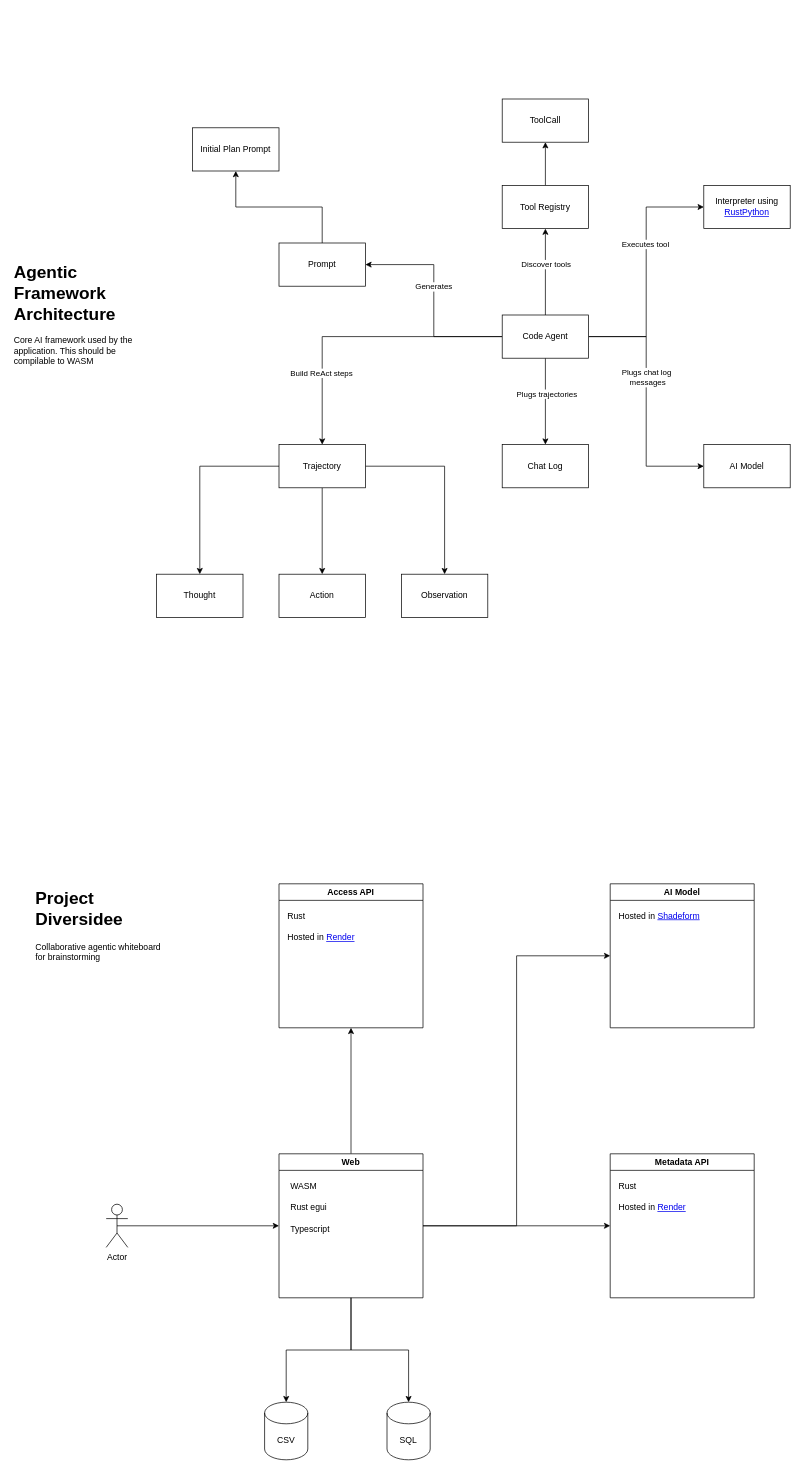
This is design.drawio from matyhs/agentic-data-browser-docs, a draw.io file, before an edit. Source tidied: cells renumbered, new cells numbered last; positions are measured from the earlier drawing's top-left corner, leaving out a move shared by most shapes. Both pictures are drawn from the tidied source at 72%, with x=0, y=0 at pixel (12, 99).
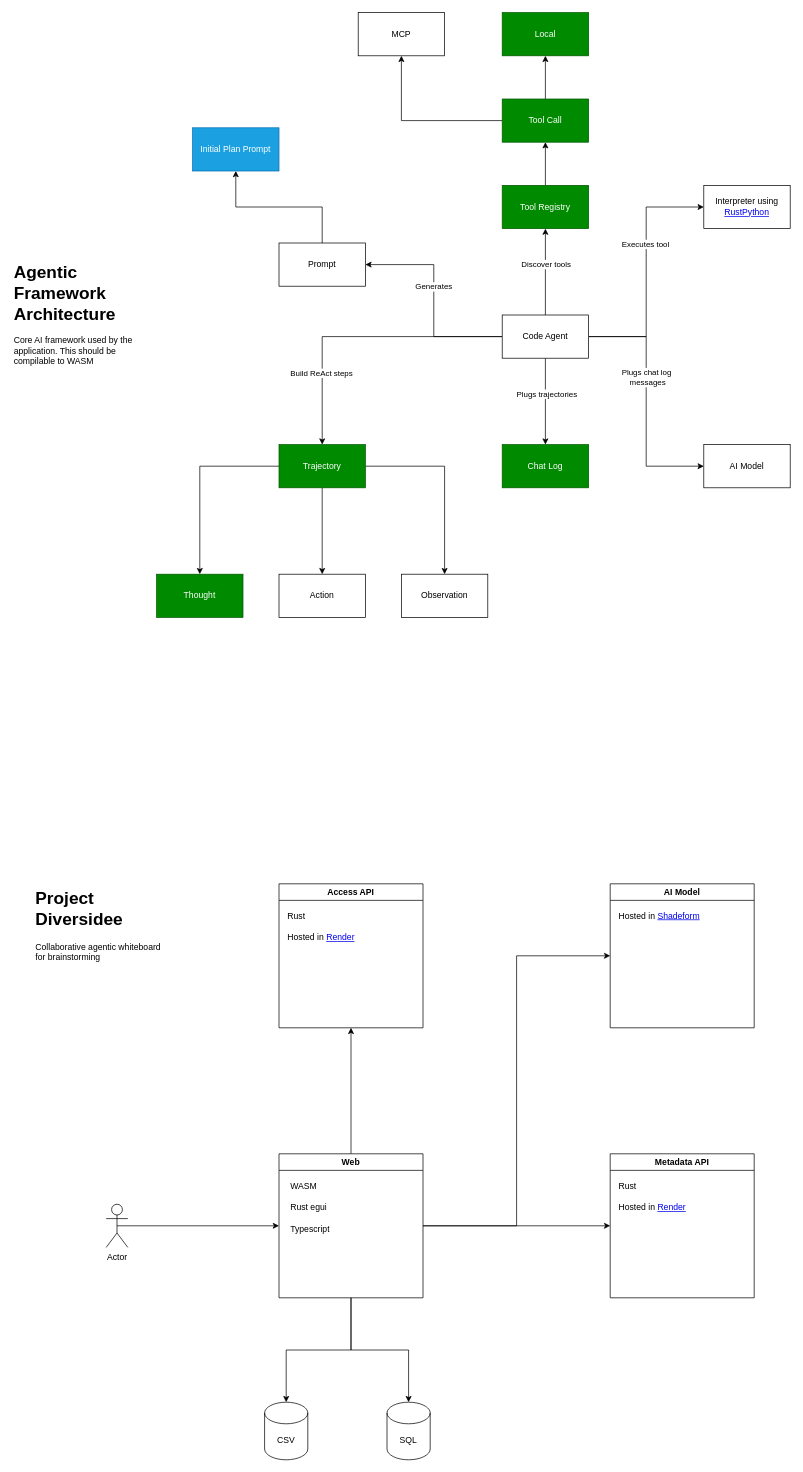
Above is the later version.

The edit, as a diff of the source:
```diff
@@
-    <mxCell id="30" value="Trajectory" style="rounded=0;whiteSpace=wrap;html=1;" parent="1" vertex="1">
+    <mxCell id="30" value="Trajectory" style="rounded=0;whiteSpace=wrap;html=1;fillColor=#008a00;fontColor=#ffffff;strokeColor=#005700;" parent="1" vertex="1">
       <mxGeometry x="370" y="480" width="120" height="60" as="geometry" />
     </mxCell>
-    <mxCell id="31" value="Thought" style="rounded=0;whiteSpace=wrap;html=1;" parent="1" vertex="1">
+    <mxCell id="31" value="Thought" style="rounded=0;whiteSpace=wrap;html=1;fillColor=#008a00;fontColor=#ffffff;strokeColor=#005700;" parent="1" vertex="1">
       <mxGeometry x="200" y="660" width="120" height="60" as="geometry" />
     </mxCell>
@@
-    <mxCell id="34" value="Chat Log" style="rounded=0;whiteSpace=wrap;html=1;" parent="1" vertex="1">
+    <mxCell id="34" value="Chat Log" style="rounded=0;whiteSpace=wrap;html=1;fillColor=#008a00;fontColor=#ffffff;strokeColor=#005700;" parent="1" vertex="1">
       <mxGeometry x="680" y="480" width="120" height="60" as="geometry" />
     </mxCell>
@@
-    <mxCell id="49" value="Initial Plan Prompt" style="rounded=0;whiteSpace=wrap;html=1;" parent="1" vertex="1">
+    <mxCell id="49" value="Initial Plan Prompt" style="rounded=0;whiteSpace=wrap;html=1;fillColor=#1ba1e2;fontColor=#ffffff;strokeColor=#006EAF;" parent="1" vertex="1">
       <mxGeometry x="250" y="40" width="120" height="60" as="geometry" />
     </mxCell>
@@
+    <mxCell id="54" style="edgeStyle=orthogonalEdgeStyle;rounded=0;jettySize=auto;html=1;entryX=0.5;entryY=1;entryDx=0;entryDy=0;exitX=0;exitY=0.5;exitDx=0;exitDy=0;" parent="1" edge="1" source="52" target="56">
+      <mxGeometry relative="1" as="geometry" />
+    </mxCell>
-    <mxCell id="51" value="Tool Registry" style="rounded=0;whiteSpace=wrap;html=1;" parent="1" vertex="1">
+    <mxCell id="51" value="Tool Registry" style="rounded=0;whiteSpace=wrap;html=1;fillColor=#008a00;fontColor=#ffffff;strokeColor=#005700;" parent="1" vertex="1">
       <mxGeometry x="680" y="120" width="120" height="60" as="geometry" />
     </mxCell>
+    <mxCell id="55" style="edgeStyle=orthogonalEdgeStyle;rounded=0;jettySize=auto;html=1;entryX=0.5;entryY=1;entryDx=0;entryDy=0;" parent="1" edge="1" source="52" target="57">
+      <mxGeometry relative="1" as="geometry" />
+    </mxCell>
-    <mxCell id="52" value="ToolCall" style="rounded=0;whiteSpace=wrap;html=1;" parent="1" vertex="1">
+    <mxCell id="52" value="Tool Call" style="rounded=0;whiteSpace=wrap;html=1;fillColor=#008a00;fontColor=#ffffff;strokeColor=#005700;" parent="1" vertex="1">
       <mxGeometry x="680" width="120" height="60" as="geometry" />
     </mxCell>
@@
+    <mxCell id="56" value="MCP" style="rounded=0;whiteSpace=wrap;html=1;" parent="1" vertex="1">
+      <mxGeometry x="480" y="-120" width="120" height="60" as="geometry" />
+    </mxCell>
+    <mxCell id="57" value="Local" style="rounded=0;whiteSpace=wrap;html=1;fillColor=#008a00;fontColor=#ffffff;strokeColor=#005700;" parent="1" vertex="1">
+      <mxGeometry x="680" y="-120" width="120" height="60" as="geometry" />
+    </mxCell>
```
